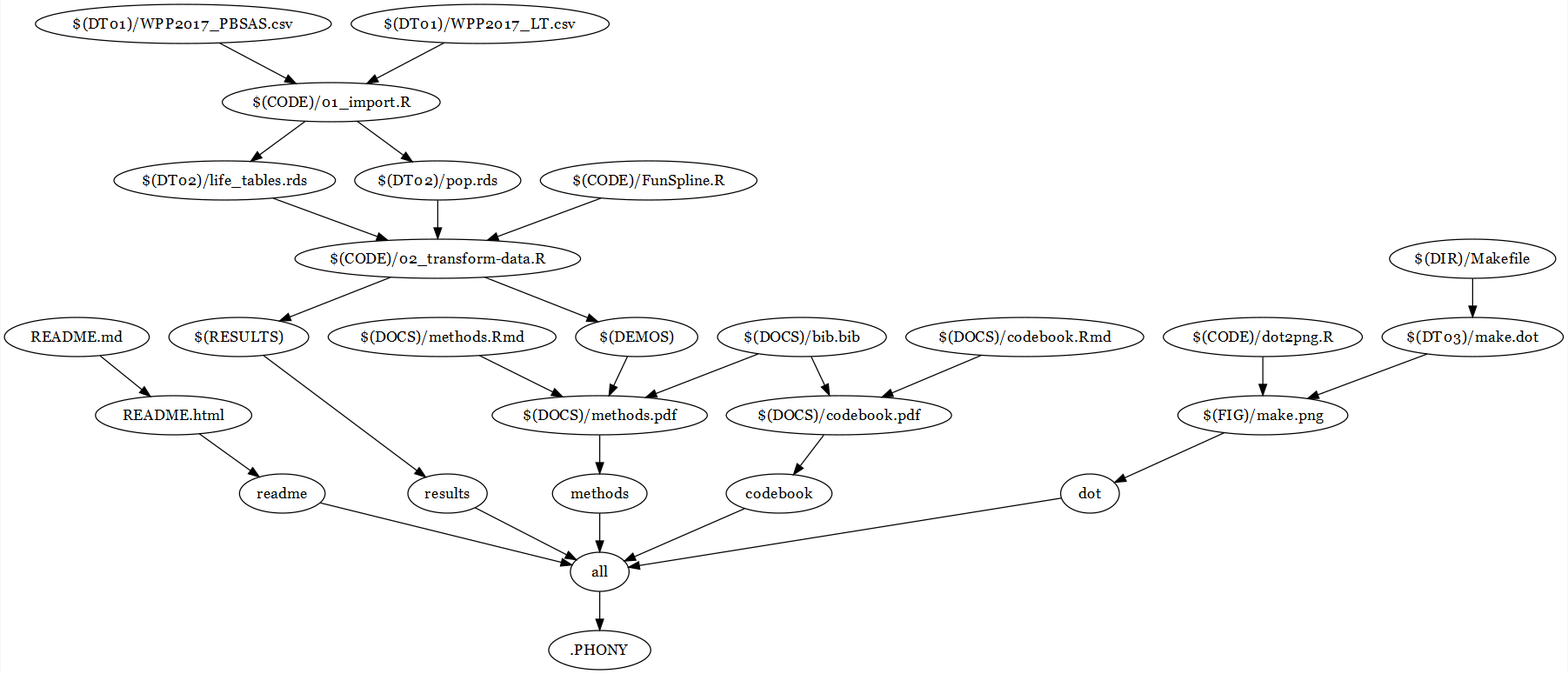
Before: figures/make.png, a diagram exported from Graphviz (majazaloznik/ProspectiveAgeData). Its source is kept beside it as data/03_processed/make.dot.
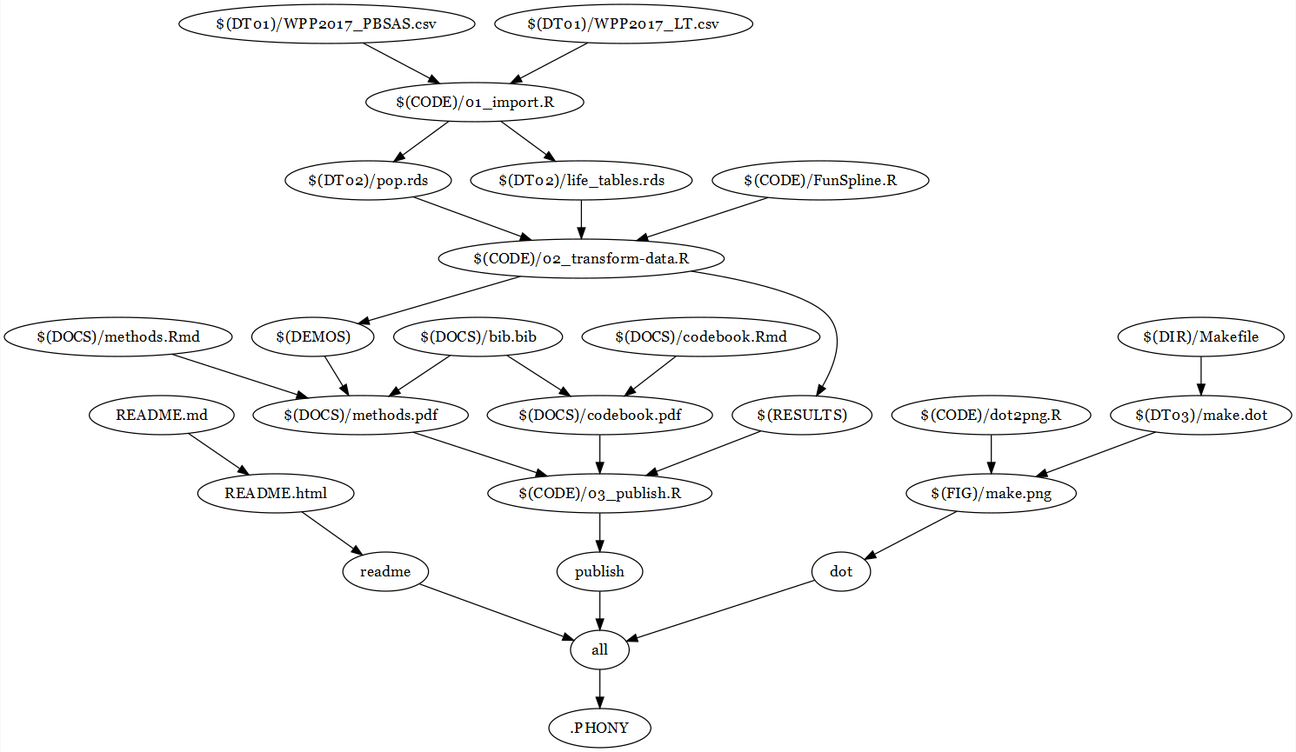
Later version of the same file.

Change to the diagram source:
```diff
@@ -4,12 +4,14 @@
 	"all" -> ".PHONY"
 	"all"
 	"readme" -> "all"
-	"methods" -> "all"
+	"publish" -> "all"
 	"dot" -> "all"
-	"results" -> "all"
-	"codebook" -> "all"
-	"results"
-	"$(RESULTS)" -> "results"
+	"publish"
+	"$(CODE)/03_publish.R" -> "publish"
+	"$(CODE)/03_publish.R"
+	"$(RESULTS)" -> "$(CODE)/03_publish.R"
+	"$(DOCS)/methods.pdf" -> "$(CODE)/03_publish.R"
+	"$(DOCS)/codebook.pdf" -> "$(CODE)/03_publish.R"
 	"dot"
 	"$(FIG)/make.png" -> "dot"
 	"$(FIG)/make.png"
@@ -21,14 +23,10 @@
 	"README.html" -> "readme"
 	"README.html"
 	"README.md" -> "README.html"
-	"methods"
-	"$(DOCS)/methods.pdf" -> "methods"
 	"$(DOCS)/methods.pdf"
 	"$(DOCS)/methods.Rmd" -> "$(DOCS)/methods.pdf"
 	"$(DEMOS)" -> "$(DOCS)/methods.pdf"
 	"$(DOCS)/bib.bib" -> "$(DOCS)/methods.pdf"
-	"codebook"
-	"$(DOCS)/codebook.pdf" -> "codebook"
 	"$(DOCS)/codebook.pdf"
 	"$(DOCS)/codebook.Rmd" -> "$(DOCS)/codebook.pdf"
 	"$(DOCS)/bib.bib" -> "$(DOCS)/codebook.pdf"
```
